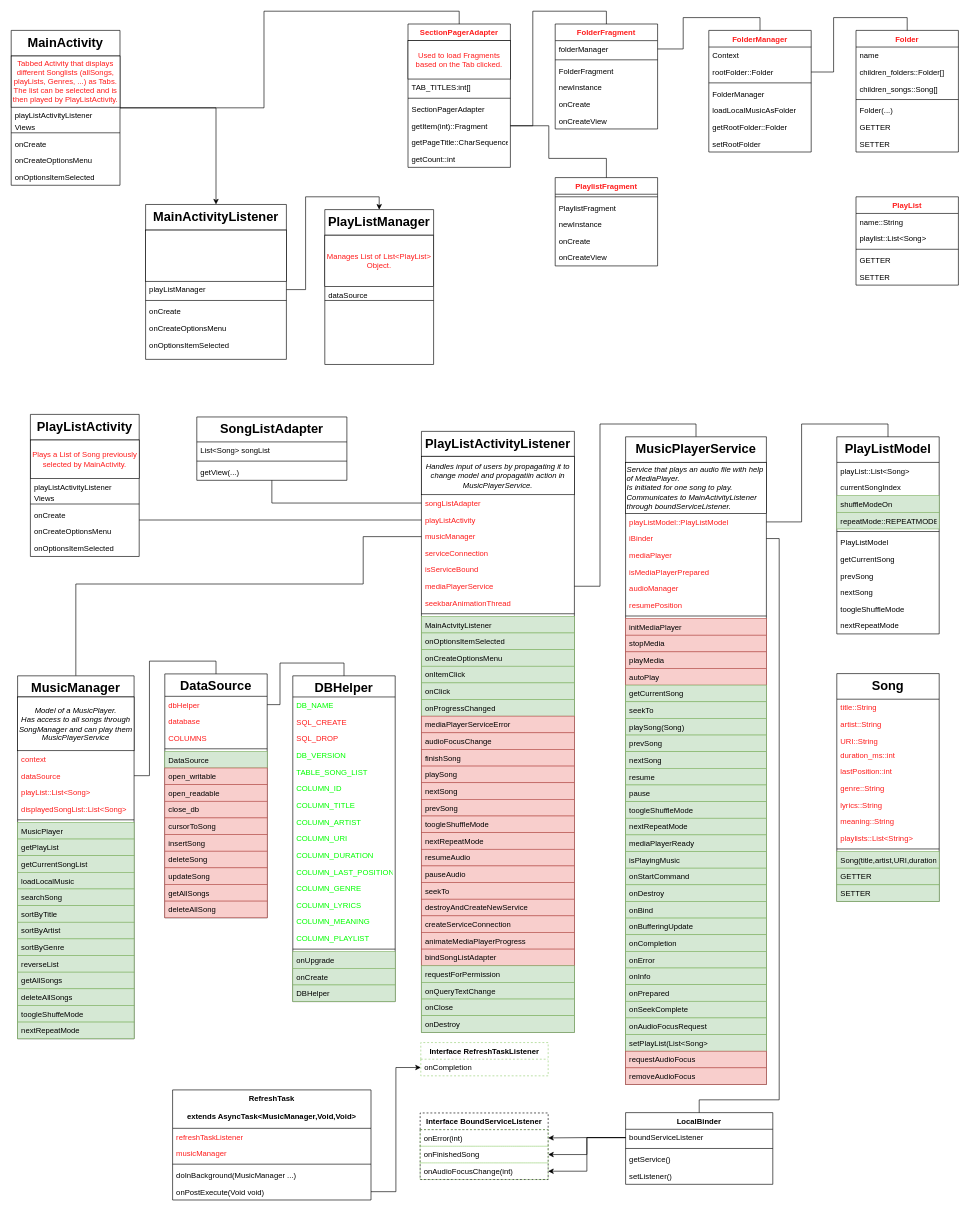
The draw.io diagram klassendiagramm.drawio in JohannesGrobelski/MoonstoneMusicPlayer, before the edit. Source tidied: cells renumbered, new cells numbered last; positions are measured from the earlier drawing's top-left corner, leaving out a move shared by most shapes. Both pictures are drawn from the tidied source at 64%, with x=0, y=0 at pixel (11, 24).
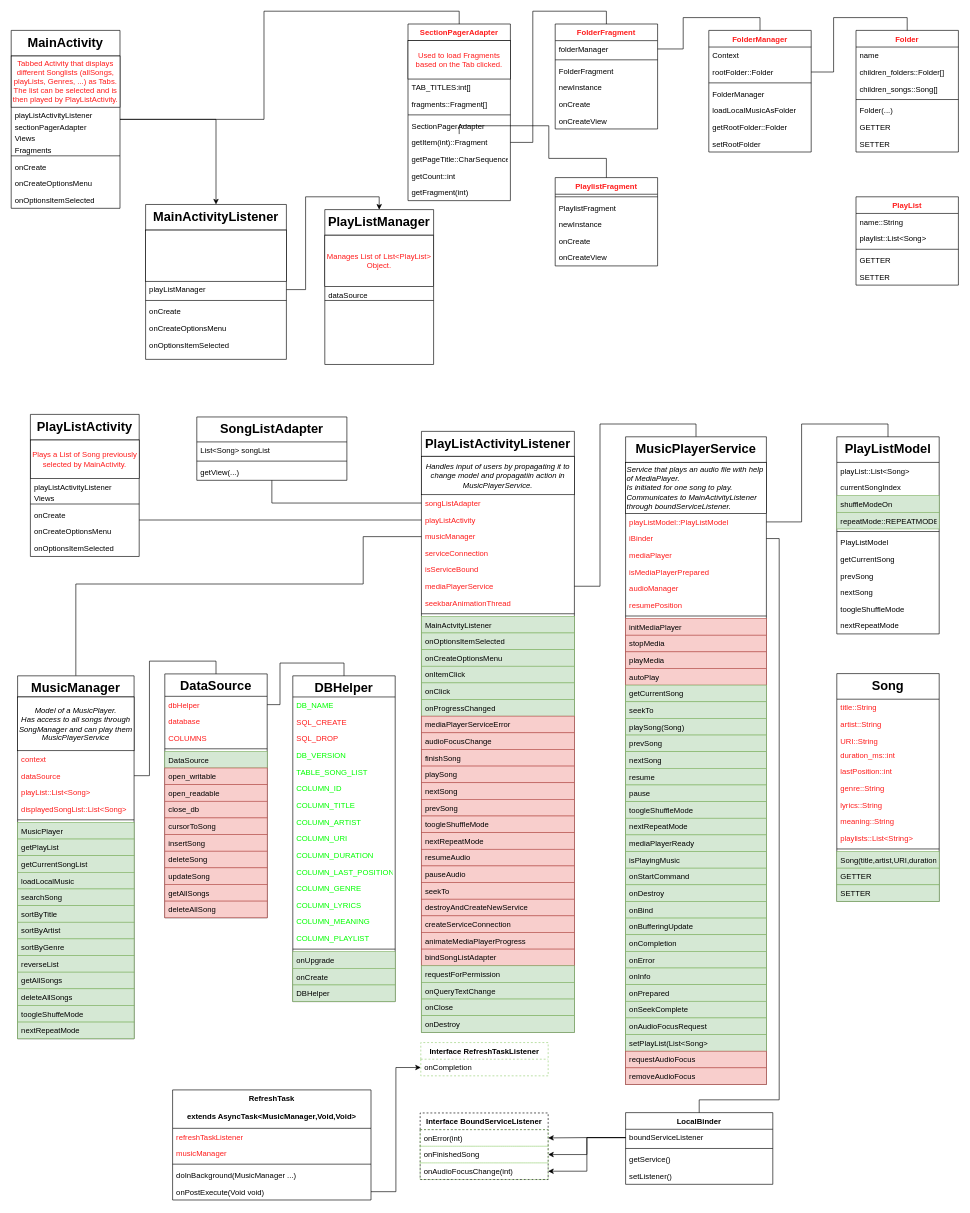
The same diagram, later.

The edit, as a diff of the source:
```diff
@@
     <mxCell id="197" value="MainActivity" style="swimlane;fontStyle=1;align=center;verticalAlign=top;horizontal=1;startSize=40;rounded=0;shadow=0;strokeWidth=1;fontSize=20;" parent="1" vertex="1">
-      <mxGeometry y="10" width="170" height="242" as="geometry" />
+      <mxGeometry y="10" width="170" height="278" as="geometry" />
     </mxCell>
@@
+    <mxCell id="265" value="sectionPagerAdapter" style="text;align=left;verticalAlign=top;spacingLeft=4;spacingRight=4;overflow=hidden;" parent="197" vertex="1">
+      <mxGeometry y="138" width="170" height="18" as="geometry" />
+    </mxCell>
+    <mxCell id="266" value="Views" style="text;align=left;verticalAlign=top;spacingLeft=4;spacingRight=4;overflow=hidden;" parent="197" vertex="1">
+      <mxGeometry y="156" width="170" height="18" as="geometry" />
+    </mxCell>
-    <mxCell id="200" value="Views" style="text;align=left;verticalAlign=top;spacingLeft=4;spacingRight=4;overflow=hidden;" parent="197" vertex="1">
-      <mxGeometry y="138" width="170" height="18" as="geometry" />
+    <mxCell id="200" value="Fragments" style="text;align=left;verticalAlign=top;spacingLeft=4;spacingRight=4;overflow=hidden;" parent="197" vertex="1">
+      <mxGeometry y="174" width="170" height="18" as="geometry" />
     </mxCell>
     <mxCell id="201" style="line;html=1;strokeWidth=1;align=left;verticalAlign=middle;spacingTop=-1;spacingLeft=3;spacingRight=3;labelPosition=right;" parent="197" vertex="1">
-      <mxGeometry y="156" width="170" height="8" as="geometry" />
+      <mxGeometry y="192" width="170" height="8" as="geometry" />
     </mxCell>
     <mxCell id="202" value="onCreate&#10;" style="text;align=left;verticalAlign=top;spacingLeft=4;spacingRight=4;overflow=hidden;" parent="197" vertex="1">
-      <mxGeometry y="164" width="170" height="26" as="geometry" />
+      <mxGeometry y="200" width="170" height="26" as="geometry" />
     </mxCell>
     <mxCell id="203" value="onCreateOptionsMenu&#10;&#10;" style="text;align=left;verticalAlign=top;spacingLeft=4;spacingRight=4;overflow=hidden;" parent="197" vertex="1">
-      <mxGeometry y="190" width="170" height="26" as="geometry" />
+      <mxGeometry y="226" width="170" height="26" as="geometry" />
     </mxCell>
     <mxCell id="204" value="onOptionsItemSelected&#10;" style="text;align=left;verticalAlign=top;spacingLeft=4;spacingRight=4;overflow=hidden;" parent="197" vertex="1">
-      <mxGeometry y="216" width="170" height="26" as="geometry" />
+      <mxGeometry y="252" width="170" height="26" as="geometry" />
     </mxCell>
@@
     <mxCell id="255" value="SectionPagerAdapter" style="swimlane;fontStyle=1;align=center;verticalAlign=top;horizontal=1;startSize=26;strokeColor=#000000;fontColor=#FF1C1C;" parent="1" vertex="1">
-      <mxGeometry x="620" width="160" height="224" as="geometry" />
+      <mxGeometry x="620" width="160" height="276" as="geometry" />
     </mxCell>
@@
+    <mxCell id="267" value="TAB_TITLES:int[]" style="text;strokeColor=none;fillColor=none;align=left;verticalAlign=top;spacingLeft=4;spacingRight=4;overflow=hidden;" parent="255" vertex="1">
+      <mxGeometry y="86" width="160" height="26" as="geometry" />
+    </mxCell>
-    <mxCell id="257" value="TAB_TITLES:int[]" style="text;strokeColor=none;fillColor=none;align=left;verticalAlign=top;spacingLeft=4;spacingRight=4;overflow=hidden;" parent="255" vertex="1">
-      <mxGeometry y="86" width="160" height="26" as="geometry" />
+    <mxCell id="257" value="fragments::Fragment[]" style="text;strokeColor=none;fillColor=none;align=left;verticalAlign=top;spacingLeft=4;spacingRight=4;overflow=hidden;" parent="255" vertex="1">
+      <mxGeometry y="112" width="160" height="26" as="geometry" />
     </mxCell>
     <mxCell id="258" style="line;strokeWidth=1;fillColor=none;align=left;verticalAlign=middle;spacingTop=-1;spacingLeft=3;spacingRight=3;labelPosition=right;" parent="255" vertex="1">
-      <mxGeometry y="112" width="160" height="8" as="geometry" />
+      <mxGeometry y="138" width="160" height="8" as="geometry" />
     </mxCell>
     <mxCell id="259" value="SectionPagerAdapter" style="text;strokeColor=none;fillColor=none;align=left;verticalAlign=top;spacingLeft=4;spacingRight=4;overflow=hidden;" parent="255" vertex="1">
-      <mxGeometry y="120" width="160" height="26" as="geometry" />
+      <mxGeometry y="146" width="160" height="26" as="geometry" />
     </mxCell>
     <mxCell id="260" value="getItem(int)::Fragment" style="text;strokeColor=none;fillColor=none;align=left;verticalAlign=top;spacingLeft=4;spacingRight=4;overflow=hidden;points=[[0,0.5],[1,0.5]];portConstraint=eastwest;" parent="255" vertex="1">
-      <mxGeometry y="146" width="160" height="26" as="geometry" />
+      <mxGeometry y="172" width="160" height="26" as="geometry" />
     </mxCell>
     <mxCell id="261" value="getPageTitle::CharSequence" style="text;strokeColor=none;fillColor=none;align=left;verticalAlign=top;spacingLeft=4;spacingRight=4;overflow=hidden;" parent="255" vertex="1">
-      <mxGeometry y="172" width="160" height="26" as="geometry" />
+      <mxGeometry y="198" width="160" height="26" as="geometry" />
     </mxCell>
     <mxCell id="262" value="getCount::int" style="text;strokeColor=none;fillColor=none;align=left;verticalAlign=top;spacingLeft=4;spacingRight=4;overflow=hidden;" parent="255" vertex="1">
-      <mxGeometry y="198" width="160" height="26" as="geometry" />
+      <mxGeometry y="224" width="160" height="26" as="geometry" />
     </mxCell>
+    <mxCell id="268" value="getFragment(int)" style="text;strokeColor=none;fillColor=none;align=left;verticalAlign=top;spacingLeft=4;spacingRight=4;overflow=hidden;" parent="255" vertex="1">
+      <mxGeometry y="250" width="160" height="26" as="geometry" />
+    </mxCell>
```
